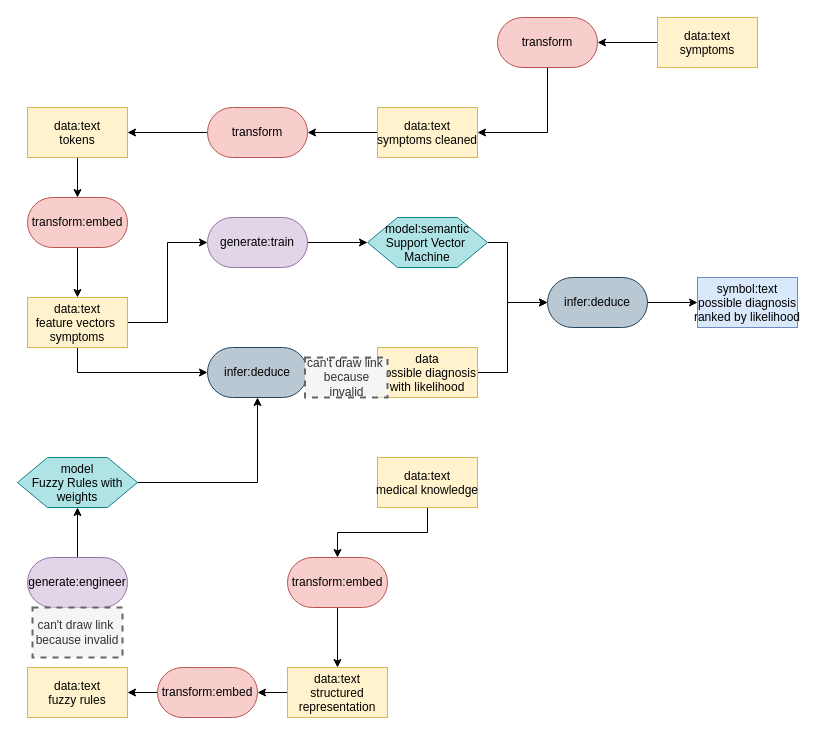
Above: page "Page-1" (1 of 2) of medical patterns to boxologies/ML Pre-processes input data for Rule-Based inference (MLRB)/An Android Application for Clinical Diagnosis Using NLP and Fuzzy Logic.drawio in zonnesmit/thesis (draw.io), before the change. Source tidied: cells renumbered, new cells numbered last; positions are measured from the earlier drawing's top-left corner, leaving out a move shared by most shapes. Both pictures are drawn from the tidied source at 100%, with x=0, y=0 at pixel (17, 17).
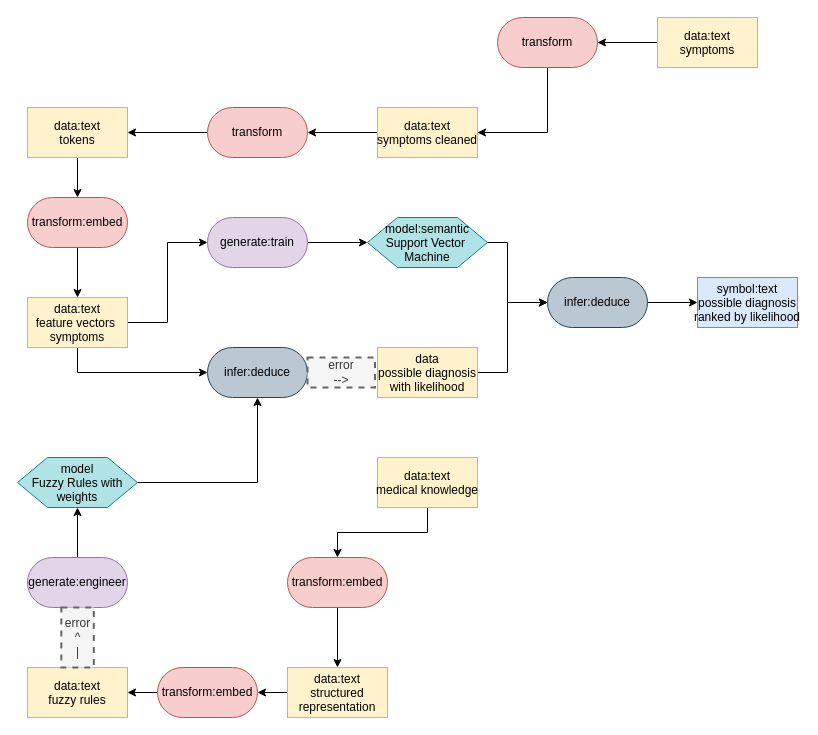
The same diagram, later.

The edit, as a diff of the source:
```diff
@@
-    <mxCell id="40" value="&lt;div&gt;can't draw link&amp;nbsp;&lt;/div&gt;&lt;div&gt;because invalid&lt;/div&gt;" style="text;html=1;align=center;verticalAlign=middle;whiteSpace=wrap;rounded=0;dashed=1;fillColor=#f5f5f5;fontColor=#333333;strokeColor=#666666;strokeWidth=2;" parent="1" vertex="1">
-      <mxGeometry x="287.5" y="340" width="82.5" height="40" as="geometry" />
-    </mxCell>
-    <mxCell id="41" value="&lt;div&gt;can't draw link&amp;nbsp;&lt;/div&gt;&lt;div&gt;because invalid&lt;/div&gt;" style="text;html=1;align=center;verticalAlign=middle;whiteSpace=wrap;rounded=0;dashed=1;fillColor=#f5f5f5;fontColor=#333333;strokeColor=#666666;strokeWidth=2;" parent="1" vertex="1">
-      <mxGeometry x="15" y="590" width="90" height="50" as="geometry" />
+    <mxCell id="41" value="&lt;div&gt;error&lt;/div&gt;&lt;div&gt;^&lt;/div&gt;&lt;div&gt;|&lt;/div&gt;" style="text;html=1;align=center;verticalAlign=middle;whiteSpace=wrap;rounded=0;dashed=1;fillColor=#f5f5f5;fontColor=#333333;strokeColor=#666666;strokeWidth=2;" parent="1" vertex="1">
+      <mxGeometry x="43.8" y="590" width="32.5" height="60" as="geometry" />
     </mxCell>
+    <mxCell id="42" value="&lt;div&gt;error&lt;/div&gt;&lt;div&gt;--&amp;gt;&lt;/div&gt;" style="text;html=1;align=center;verticalAlign=middle;whiteSpace=wrap;rounded=0;dashed=1;fillColor=#f5f5f5;fontColor=#333333;strokeColor=#666666;strokeWidth=2;" parent="1" vertex="1">
+      <mxGeometry x="290" y="340" width="67.5" height="30" as="geometry" />
+    </mxCell>
```
